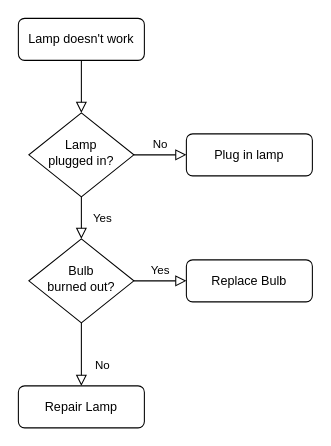
Before: Untitled Diagram.drawio in dr2pedro/RStudio-multiarch-Docker-image, a draw.io diagram. Source tidied: cells renumbered, new cells numbered last; positions are measured from the earlier drawing's top-left corner, leaving out a move shared by most shapes. Both pictures are drawn from the tidied source at 105%, with x=0, y=0 at pixel (18, 18).
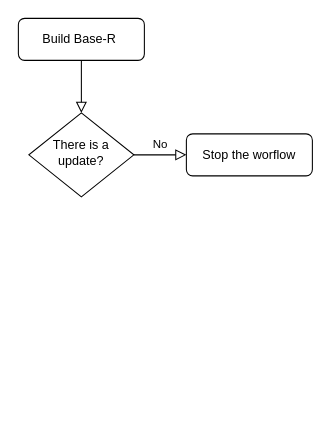
After the change.

Diff of the diagram source:
```diff
@@
 <mxGraphModel>
   <root>
     <mxCell id="0" />
     <mxCell id="1" parent="0" />
     <mxCell id="2" style="rounded=0;html=1;jettySize=auto;fontSize=11;endArrow=block;endFill=0;endSize=8;strokeWidth=1;shadow=0;labelBackgroundColor=none;edgeStyle=orthogonalEdgeStyle;" parent="1" edge="1" source="3" target="6">
       <mxGeometry relative="1" as="geometry" />
     </mxCell>
-    <mxCell id="3" value="Lamp doesn't work" style="rounded=1;whiteSpace=wrap;html=1;fontSize=12;glass=0;strokeWidth=1;shadow=0;" parent="1" vertex="1">
+    <mxCell id="3" value="Build Base-R&amp;nbsp;" style="rounded=1;whiteSpace=wrap;html=1;fontSize=12;glass=0;strokeWidth=1;shadow=0;" parent="1" vertex="1">
       <mxGeometry width="120" height="40" as="geometry" />
     </mxCell>
-    <mxCell id="4" value="Yes" style="rounded=0;html=1;jettySize=auto;fontSize=11;endArrow=block;endFill=0;endSize=8;strokeWidth=1;shadow=0;labelBackgroundColor=none;edgeStyle=orthogonalEdgeStyle;" parent="1" edge="1" source="6" target="10">
-      <mxGeometry y="20" relative="1" as="geometry" />
-    </mxCell>
     <mxCell id="5" value="No" style="edgeStyle=orthogonalEdgeStyle;rounded=0;html=1;jettySize=auto;fontSize=11;endArrow=block;endFill=0;endSize=8;strokeWidth=1;shadow=0;labelBackgroundColor=none;" parent="1" edge="1" source="6" target="7">
       <mxGeometry y="10" relative="1" as="geometry" />
     </mxCell>
-    <mxCell id="6" value="Lamp&lt;br&gt;plugged in?" style="rhombus;whiteSpace=wrap;html=1;shadow=0;fontFamily=Helvetica;fontSize=12;align=center;strokeWidth=1;spacing=6;spacingTop=-4;" parent="1" vertex="1">
+    <mxCell id="6" value="There is a update?" style="rhombus;whiteSpace=wrap;html=1;shadow=0;fontFamily=Helvetica;fontSize=12;align=center;strokeWidth=1;spacing=6;spacingTop=-4;" parent="1" vertex="1">
       <mxGeometry x="10" y="90" width="100" height="80" as="geometry" />
     </mxCell>
-    <mxCell id="7" value="Plug in lamp" style="rounded=1;whiteSpace=wrap;html=1;fontSize=12;glass=0;strokeWidth=1;shadow=0;" parent="1" vertex="1">
+    <mxCell id="7" value="Stop the worflow" style="rounded=1;whiteSpace=wrap;html=1;fontSize=12;glass=0;strokeWidth=1;shadow=0;" parent="1" vertex="1">
       <mxGeometry x="160" y="110" width="120" height="40" as="geometry" />
     </mxCell>
-    <mxCell id="8" value="No" style="rounded=0;html=1;jettySize=auto;fontSize=11;endArrow=block;endFill=0;endSize=8;strokeWidth=1;shadow=0;labelBackgroundColor=none;edgeStyle=orthogonalEdgeStyle;" parent="1" edge="1" source="10" target="11">
-      <mxGeometry x="0.33" y="20" relative="1" as="geometry" />
-    </mxCell>
-    <mxCell id="9" value="Yes" style="edgeStyle=orthogonalEdgeStyle;rounded=0;html=1;jettySize=auto;fontSize=11;endArrow=block;endFill=0;endSize=8;strokeWidth=1;shadow=0;labelBackgroundColor=none;" parent="1" edge="1" source="10" target="12">
-      <mxGeometry y="10" relative="1" as="geometry" />
-    </mxCell>
-    <mxCell id="10" value="Bulb&lt;br&gt;burned out?" style="rhombus;whiteSpace=wrap;html=1;shadow=0;fontFamily=Helvetica;fontSize=12;align=center;strokeWidth=1;spacing=6;spacingTop=-4;" parent="1" vertex="1">
-      <mxGeometry x="10" y="210" width="100" height="80" as="geometry" />
-    </mxCell>
-    <mxCell id="11" value="Repair Lamp" style="rounded=1;whiteSpace=wrap;html=1;fontSize=12;glass=0;strokeWidth=1;shadow=0;" parent="1" vertex="1">
-      <mxGeometry y="350" width="120" height="40" as="geometry" />
-    </mxCell>
-    <mxCell id="12" value="Replace Bulb" style="rounded=1;whiteSpace=wrap;html=1;fontSize=12;glass=0;strokeWidth=1;shadow=0;" parent="1" vertex="1">
-      <mxGeometry x="160" y="230" width="120" height="40" as="geometry" />
-    </mxCell>
   </root>
 </mxGraphModel>
```
